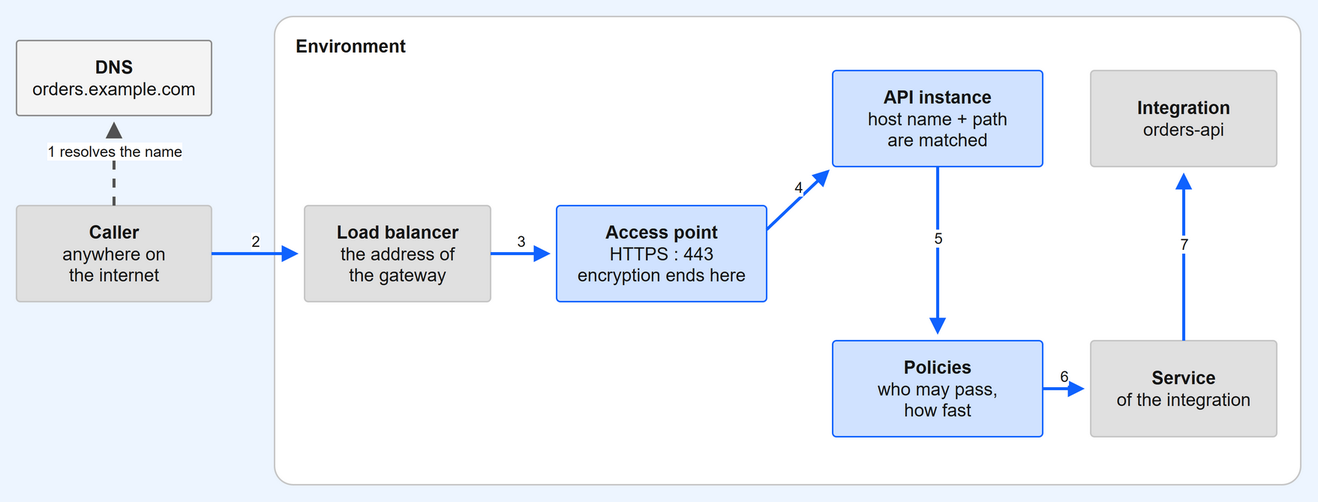
Earlier version of the draw.io export static/img/tutorial/exposure.drawio.png (cml-x/docs). Source tidied: cells renumbered, new cells last; positions are measured from the earlier drawing's top-left corner, leaving out a move shared by most shapes. The source it was exported from:
```xml
<mxGraphModel background="#EDF5FF">
  <root>
    <mxCell id="0" />
    <mxCell id="1" parent="0" />
    <mxCell id="2" value="&lt;b&gt;DNS&lt;/b&gt;&lt;br&gt;orders.example.com" style="rounded=1;arcSize=4;whiteSpace=wrap;html=1;fillColor=#F4F4F4;strokeColor=#8D8D8D;fontColor=#161616;fontSize=12;" parent="1" vertex="1">
      <mxGeometry y="16" width="130" height="50" as="geometry" />
    </mxCell>
    <mxCell id="3" value="&lt;b&gt;Caller&lt;/b&gt;&lt;br&gt;anywhere on&lt;br&gt;the internet" style="rounded=1;arcSize=4;whiteSpace=wrap;html=1;fillColor=#E0E0E0;strokeColor=#C6C6C6;fontColor=#161616;fontSize=12;" parent="1" vertex="1">
      <mxGeometry y="126" width="130" height="64" as="geometry" />
    </mxCell>
    <mxCell id="4" value="Environment" style="rounded=1;arcSize=4;whiteSpace=wrap;html=1;fillColor=#FFFFFF;strokeColor=#C6C6C6;fontColor=#161616;fontSize=12;verticalAlign=top;align=left;spacingLeft=12;spacingTop=6;fontStyle=1;" parent="1" vertex="1">
      <mxGeometry x="172" width="684" height="312" as="geometry" />
    </mxCell>
    <mxCell id="5" value="&lt;b&gt;Load balancer&lt;/b&gt;&lt;br&gt;the address of&lt;br&gt;the gateway" style="rounded=1;arcSize=4;whiteSpace=wrap;html=1;fillColor=#E0E0E0;strokeColor=#C6C6C6;fontColor=#161616;fontSize=12;" parent="1" vertex="1">
      <mxGeometry x="192" y="126" width="124" height="64" as="geometry" />
    </mxCell>
    <mxCell id="6" value="&lt;b&gt;Access point&lt;/b&gt;&lt;br&gt;HTTPS : 443&lt;br&gt;encryption ends here" style="rounded=1;arcSize=4;whiteSpace=wrap;html=1;fillColor=#D0E2FF;strokeColor=#0F62FE;fontColor=#161616;fontSize=12;" parent="1" vertex="1">
      <mxGeometry x="360" y="126" width="140" height="64" as="geometry" />
    </mxCell>
    <mxCell id="7" value="&lt;b&gt;API instance&lt;/b&gt;&lt;br&gt;host name + path&lt;br&gt;are matched" style="rounded=1;arcSize=4;whiteSpace=wrap;html=1;fillColor=#D0E2FF;strokeColor=#0F62FE;fontColor=#161616;fontSize=12;" parent="1" vertex="1">
      <mxGeometry x="544" y="36" width="140" height="64" as="geometry" />
    </mxCell>
    <mxCell id="8" value="&lt;b&gt;Policies&lt;/b&gt;&lt;br&gt;who may pass,&lt;br&gt;how fast" style="rounded=1;arcSize=4;whiteSpace=wrap;html=1;fillColor=#D0E2FF;strokeColor=#0F62FE;fontColor=#161616;fontSize=12;" parent="1" vertex="1">
      <mxGeometry x="544" y="216" width="140" height="64" as="geometry" />
    </mxCell>
    <mxCell id="9" value="&lt;b&gt;Service&lt;/b&gt;&lt;br&gt;of the integration" style="rounded=1;arcSize=4;whiteSpace=wrap;html=1;fillColor=#E0E0E0;strokeColor=#C6C6C6;fontColor=#161616;fontSize=12;" parent="1" vertex="1">
      <mxGeometry x="716" y="216" width="124" height="64" as="geometry" />
    </mxCell>
    <mxCell id="10" value="&lt;b&gt;Integration&lt;/b&gt;&lt;br&gt;orders-api" style="rounded=1;arcSize=4;whiteSpace=wrap;html=1;fillColor=#E0E0E0;strokeColor=#C6C6C6;fontColor=#161616;fontSize=12;" parent="1" vertex="1">
      <mxGeometry x="716" y="36" width="124" height="64" as="geometry" />
    </mxCell>
    <mxCell id="11" value="1  resolves the name" style="endArrow=block;html=1;strokeWidth=2;strokeColor=#525252;fontSize=10;fontColor=#161616;verticalAlign=bottom;dashed=1;" parent="1" edge="1">
      <mxGeometry relative="1" as="geometry">
        <mxPoint x="65" y="126" as="sourcePoint" />
        <mxPoint x="65" y="70" as="targetPoint" />
      </mxGeometry>
    </mxCell>
    <mxCell id="12" value="2" style="endArrow=block;html=1;strokeWidth=2;strokeColor=#0F62FE;fontSize=10;fontColor=#161616;verticalAlign=bottom;" parent="1" edge="1">
      <mxGeometry relative="1" as="geometry">
        <mxPoint x="130" y="158" as="sourcePoint" />
        <mxPoint x="188" y="158" as="targetPoint" />
      </mxGeometry>
    </mxCell>
    <mxCell id="13" value="3" style="endArrow=block;html=1;strokeWidth=2;strokeColor=#0F62FE;fontSize=10;fontColor=#161616;verticalAlign=bottom;" parent="1" edge="1">
      <mxGeometry relative="1" as="geometry">
        <mxPoint x="316" y="158" as="sourcePoint" />
        <mxPoint x="356" y="158" as="targetPoint" />
      </mxGeometry>
    </mxCell>
    <mxCell id="14" value="4" style="endArrow=block;html=1;strokeWidth=2;strokeColor=#0F62FE;fontSize=10;fontColor=#161616;verticalAlign=bottom;" parent="1" edge="1">
      <mxGeometry relative="1" as="geometry">
        <mxPoint x="500" y="142" as="sourcePoint" />
        <mxPoint x="542" y="102" as="targetPoint" />
      </mxGeometry>
    </mxCell>
    <mxCell id="15" value="5" style="endArrow=block;html=1;strokeWidth=2;strokeColor=#0F62FE;fontSize=10;fontColor=#161616;verticalAlign=bottom;" parent="1" edge="1">
      <mxGeometry relative="1" as="geometry">
        <mxPoint x="614" y="100" as="sourcePoint" />
        <mxPoint x="614" y="212" as="targetPoint" />
      </mxGeometry>
    </mxCell>
    <mxCell id="16" value="6" style="endArrow=block;html=1;strokeWidth=2;strokeColor=#0F62FE;fontSize=10;fontColor=#161616;verticalAlign=bottom;" parent="1" edge="1">
      <mxGeometry relative="1" as="geometry">
        <mxPoint x="684" y="248" as="sourcePoint" />
        <mxPoint x="712" y="248" as="targetPoint" />
      </mxGeometry>
    </mxCell>
    <mxCell id="17" value="7" style="endArrow=block;html=1;strokeWidth=2;strokeColor=#0F62FE;fontSize=10;fontColor=#161616;verticalAlign=bottom;" parent="1" edge="1">
      <mxGeometry relative="1" as="geometry">
        <mxPoint x="778" y="216" as="sourcePoint" />
        <mxPoint x="778" y="104" as="targetPoint" />
      </mxGeometry>
    </mxCell>
  </root>
</mxGraphModel>
```
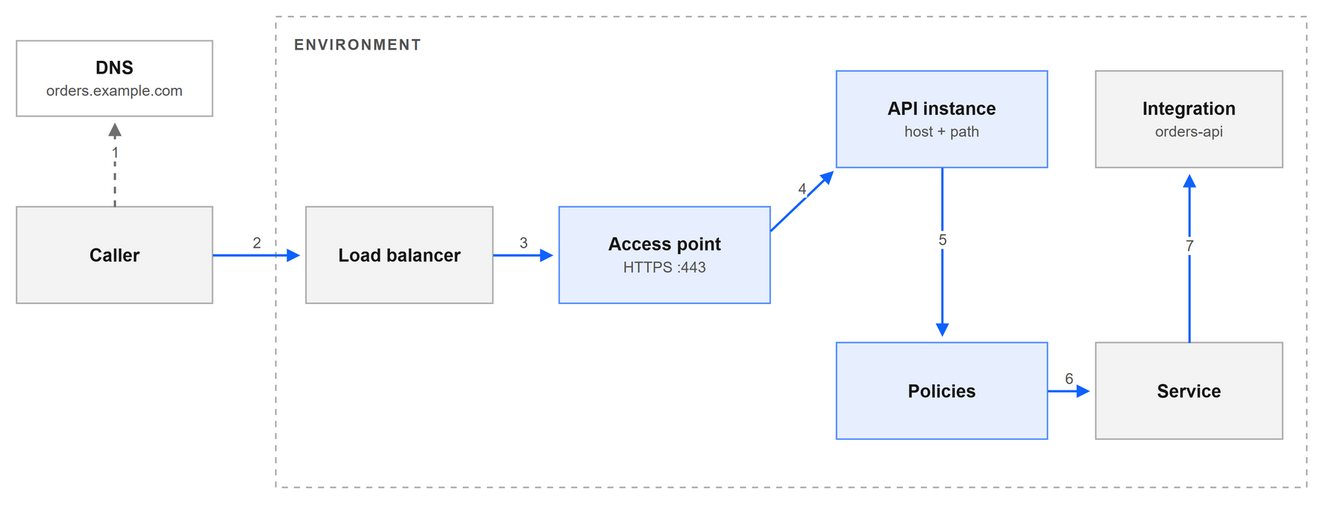
After the commit.

What changed in the source:
```diff
@@ -1,71 +1,71 @@
-<mxGraphModel background="#EDF5FF">
+<mxGraphModel background="#FFFFFF">
   <root>
     <mxCell id="0" />
     <mxCell id="1" parent="0" />
-    <mxCell id="2" value="&lt;b&gt;DNS&lt;/b&gt;&lt;br&gt;orders.example.com" style="rounded=1;arcSize=4;whiteSpace=wrap;html=1;fillColor=#F4F4F4;strokeColor=#8D8D8D;fontColor=#161616;fontSize=12;" parent="1" vertex="1">
+    <mxCell id="2" value="&lt;b&gt;DNS&lt;/b&gt;&lt;br&gt;&lt;span style=&quot;font-size:10px;color:#525252&quot;&gt;orders.example.com&lt;/span&gt;" style="rounded=0;whiteSpace=wrap;html=1;strokeWidth=1;fontColor=#161616;fontSize=12;fillColor=none;strokeColor=#8D8D8D;strokeOpacity=70;" parent="1" vertex="1">
       <mxGeometry y="16" width="130" height="50" as="geometry" />
     </mxCell>
-    <mxCell id="3" value="&lt;b&gt;Caller&lt;/b&gt;&lt;br&gt;anywhere on&lt;br&gt;the internet" style="rounded=1;arcSize=4;whiteSpace=wrap;html=1;fillColor=#E0E0E0;strokeColor=#C6C6C6;fontColor=#161616;fontSize=12;" parent="1" vertex="1">
+    <mxCell id="3" value="&lt;b&gt;Caller&lt;/b&gt;" style="rounded=0;whiteSpace=wrap;html=1;strokeWidth=1;fontColor=#161616;fontSize=12;fillColor=#161616;fillOpacity=5;strokeColor=#8D8D8D;strokeOpacity=70;" parent="1" vertex="1">
       <mxGeometry y="126" width="130" height="64" as="geometry" />
     </mxCell>
-    <mxCell id="4" value="Environment" style="rounded=1;arcSize=4;whiteSpace=wrap;html=1;fillColor=#FFFFFF;strokeColor=#C6C6C6;fontColor=#161616;fontSize=12;verticalAlign=top;align=left;spacingLeft=12;spacingTop=6;fontStyle=1;" parent="1" vertex="1">
+    <mxCell id="4" value="&lt;span style=&quot;font-size:10px;color:#525252;letter-spacing:1px&quot;&gt;&lt;b&gt;ENVIRONMENT&lt;/b&gt;&lt;/span&gt;" style="rounded=0;whiteSpace=wrap;html=1;strokeWidth=1;fontColor=#161616;fontSize=12;fillColor=none;strokeColor=#A8A8A8;dashed=1;dashPattern=4 4;verticalAlign=top;align=left;spacingLeft=10;spacingTop=4;" parent="1" vertex="1">
       <mxGeometry x="172" width="684" height="312" as="geometry" />
     </mxCell>
-    <mxCell id="5" value="&lt;b&gt;Load balancer&lt;/b&gt;&lt;br&gt;the address of&lt;br&gt;the gateway" style="rounded=1;arcSize=4;whiteSpace=wrap;html=1;fillColor=#E0E0E0;strokeColor=#C6C6C6;fontColor=#161616;fontSize=12;" parent="1" vertex="1">
+    <mxCell id="5" value="&lt;b&gt;Load balancer&lt;/b&gt;" style="rounded=0;whiteSpace=wrap;html=1;strokeWidth=1;fontColor=#161616;fontSize=12;fillColor=#161616;fillOpacity=5;strokeColor=#8D8D8D;strokeOpacity=70;" parent="1" vertex="1">
       <mxGeometry x="192" y="126" width="124" height="64" as="geometry" />
     </mxCell>
-    <mxCell id="6" value="&lt;b&gt;Access point&lt;/b&gt;&lt;br&gt;HTTPS : 443&lt;br&gt;encryption ends here" style="rounded=1;arcSize=4;whiteSpace=wrap;html=1;fillColor=#D0E2FF;strokeColor=#0F62FE;fontColor=#161616;fontSize=12;" parent="1" vertex="1">
+    <mxCell id="6" value="&lt;b&gt;Access point&lt;/b&gt;&lt;br&gt;&lt;span style=&quot;font-size:10px;color:#525252&quot;&gt;HTTPS :443&lt;/span&gt;" style="rounded=0;whiteSpace=wrap;html=1;strokeWidth=1;fontColor=#161616;fontSize=12;fillColor=#0F62FE;fillOpacity=10;strokeColor=#0F62FE;strokeOpacity=70;" parent="1" vertex="1">
       <mxGeometry x="360" y="126" width="140" height="64" as="geometry" />
     </mxCell>
-    <mxCell id="7" value="&lt;b&gt;API instance&lt;/b&gt;&lt;br&gt;host name + path&lt;br&gt;are matched" style="rounded=1;arcSize=4;whiteSpace=wrap;html=1;fillColor=#D0E2FF;strokeColor=#0F62FE;fontColor=#161616;fontSize=12;" parent="1" vertex="1">
+    <mxCell id="7" value="&lt;b&gt;API instance&lt;/b&gt;&lt;br&gt;&lt;span style=&quot;font-size:10px;color:#525252&quot;&gt;host + path&lt;/span&gt;" style="rounded=0;whiteSpace=wrap;html=1;strokeWidth=1;fontColor=#161616;fontSize=12;fillColor=#0F62FE;fillOpacity=10;strokeColor=#0F62FE;strokeOpacity=70;" parent="1" vertex="1">
       <mxGeometry x="544" y="36" width="140" height="64" as="geometry" />
     </mxCell>
-    <mxCell id="8" value="&lt;b&gt;Policies&lt;/b&gt;&lt;br&gt;who may pass,&lt;br&gt;how fast" style="rounded=1;arcSize=4;whiteSpace=wrap;html=1;fillColor=#D0E2FF;strokeColor=#0F62FE;fontColor=#161616;fontSize=12;" parent="1" vertex="1">
+    <mxCell id="8" value="&lt;b&gt;Policies&lt;/b&gt;" style="rounded=0;whiteSpace=wrap;html=1;strokeWidth=1;fontColor=#161616;fontSize=12;fillColor=#0F62FE;fillOpacity=10;strokeColor=#0F62FE;strokeOpacity=70;" parent="1" vertex="1">
       <mxGeometry x="544" y="216" width="140" height="64" as="geometry" />
     </mxCell>
-    <mxCell id="9" value="&lt;b&gt;Service&lt;/b&gt;&lt;br&gt;of the integration" style="rounded=1;arcSize=4;whiteSpace=wrap;html=1;fillColor=#E0E0E0;strokeColor=#C6C6C6;fontColor=#161616;fontSize=12;" parent="1" vertex="1">
+    <mxCell id="9" value="&lt;b&gt;Service&lt;/b&gt;" style="rounded=0;whiteSpace=wrap;html=1;strokeWidth=1;fontColor=#161616;fontSize=12;fillColor=#161616;fillOpacity=5;strokeColor=#8D8D8D;strokeOpacity=70;" parent="1" vertex="1">
       <mxGeometry x="716" y="216" width="124" height="64" as="geometry" />
     </mxCell>
-    <mxCell id="10" value="&lt;b&gt;Integration&lt;/b&gt;&lt;br&gt;orders-api" style="rounded=1;arcSize=4;whiteSpace=wrap;html=1;fillColor=#E0E0E0;strokeColor=#C6C6C6;fontColor=#161616;fontSize=12;" parent="1" vertex="1">
+    <mxCell id="10" value="&lt;b&gt;Integration&lt;/b&gt;&lt;br&gt;&lt;span style=&quot;font-size:10px;color:#525252&quot;&gt;orders-api&lt;/span&gt;" style="rounded=0;whiteSpace=wrap;html=1;strokeWidth=1;fontColor=#161616;fontSize=12;fillColor=#161616;fillOpacity=5;strokeColor=#8D8D8D;strokeOpacity=70;" parent="1" vertex="1">
       <mxGeometry x="716" y="36" width="124" height="64" as="geometry" />
     </mxCell>
-    <mxCell id="11" value="1  resolves the name" style="endArrow=block;html=1;strokeWidth=2;strokeColor=#525252;fontSize=10;fontColor=#161616;verticalAlign=bottom;dashed=1;" parent="1" edge="1">
+    <mxCell id="11" value="1" style="endArrow=block;html=1;strokeWidth=1.5;strokeColor=#6F6F6F;fontSize=10;fontColor=#525252;verticalAlign=bottom;dashed=1;endSize=5;rounded=0;labelBackgroundColor=#FFFFFF;" parent="1" edge="1">
       <mxGeometry relative="1" as="geometry">
         <mxPoint x="65" y="126" as="sourcePoint" />
         <mxPoint x="65" y="70" as="targetPoint" />
       </mxGeometry>
     </mxCell>
-    <mxCell id="12" value="2" style="endArrow=block;html=1;strokeWidth=2;strokeColor=#0F62FE;fontSize=10;fontColor=#161616;verticalAlign=bottom;" parent="1" edge="1">
+    <mxCell id="12" value="2" style="endArrow=block;html=1;strokeWidth=1.5;strokeColor=#0F62FE;fontSize=10;fontColor=#525252;verticalAlign=bottom;endSize=5;rounded=0;labelBackgroundColor=#FFFFFF;" parent="1" edge="1">
       <mxGeometry relative="1" as="geometry">
         <mxPoint x="130" y="158" as="sourcePoint" />
         <mxPoint x="188" y="158" as="targetPoint" />
       </mxGeometry>
     </mxCell>
-    <mxCell id="13" value="3" style="endArrow=block;html=1;strokeWidth=2;strokeColor=#0F62FE;fontSize=10;fontColor=#161616;verticalAlign=bottom;" parent="1" edge="1">
+    <mxCell id="13" value="3" style="endArrow=block;html=1;strokeWidth=1.5;strokeColor=#0F62FE;fontSize=10;fontColor=#525252;verticalAlign=bottom;endSize=5;rounded=0;labelBackgroundColor=#FFFFFF;" parent="1" edge="1">
       <mxGeometry relative="1" as="geometry">
         <mxPoint x="316" y="158" as="sourcePoint" />
         <mxPoint x="356" y="158" as="targetPoint" />
       </mxGeometry>
     </mxCell>
-    <mxCell id="14" value="4" style="endArrow=block;html=1;strokeWidth=2;strokeColor=#0F62FE;fontSize=10;fontColor=#161616;verticalAlign=bottom;" parent="1" edge="1">
+    <mxCell id="14" value="4" style="endArrow=block;html=1;strokeWidth=1.5;strokeColor=#0F62FE;fontSize=10;fontColor=#525252;verticalAlign=bottom;endSize=5;rounded=0;labelBackgroundColor=#FFFFFF;" parent="1" edge="1">
       <mxGeometry relative="1" as="geometry">
         <mxPoint x="500" y="142" as="sourcePoint" />
         <mxPoint x="542" y="102" as="targetPoint" />
       </mxGeometry>
     </mxCell>
-    <mxCell id="15" value="5" style="endArrow=block;html=1;strokeWidth=2;strokeColor=#0F62FE;fontSize=10;fontColor=#161616;verticalAlign=bottom;" parent="1" edge="1">
+    <mxCell id="15" value="5" style="endArrow=block;html=1;strokeWidth=1.5;strokeColor=#0F62FE;fontSize=10;fontColor=#525252;verticalAlign=bottom;endSize=5;rounded=0;labelBackgroundColor=#FFFFFF;" parent="1" edge="1">
       <mxGeometry relative="1" as="geometry">
         <mxPoint x="614" y="100" as="sourcePoint" />
         <mxPoint x="614" y="212" as="targetPoint" />
       </mxGeometry>
     </mxCell>
-    <mxCell id="16" value="6" style="endArrow=block;html=1;strokeWidth=2;strokeColor=#0F62FE;fontSize=10;fontColor=#161616;verticalAlign=bottom;" parent="1" edge="1">
+    <mxCell id="16" value="6" style="endArrow=block;html=1;strokeWidth=1.5;strokeColor=#0F62FE;fontSize=10;fontColor=#525252;verticalAlign=bottom;endSize=5;rounded=0;labelBackgroundColor=#FFFFFF;" parent="1" edge="1">
       <mxGeometry relative="1" as="geometry">
         <mxPoint x="684" y="248" as="sourcePoint" />
         <mxPoint x="712" y="248" as="targetPoint" />
       </mxGeometry>
     </mxCell>
-    <mxCell id="17" value="7" style="endArrow=block;html=1;strokeWidth=2;strokeColor=#0F62FE;fontSize=10;fontColor=#161616;verticalAlign=bottom;" parent="1" edge="1">
+    <mxCell id="17" value="7" style="endArrow=block;html=1;strokeWidth=1.5;strokeColor=#0F62FE;fontSize=10;fontColor=#525252;verticalAlign=bottom;endSize=5;rounded=0;labelBackgroundColor=#FFFFFF;" parent="1" edge="1">
       <mxGeometry relative="1" as="geometry">
         <mxPoint x="778" y="216" as="sourcePoint" />
         <mxPoint x="778" y="104" as="targetPoint" />
```
